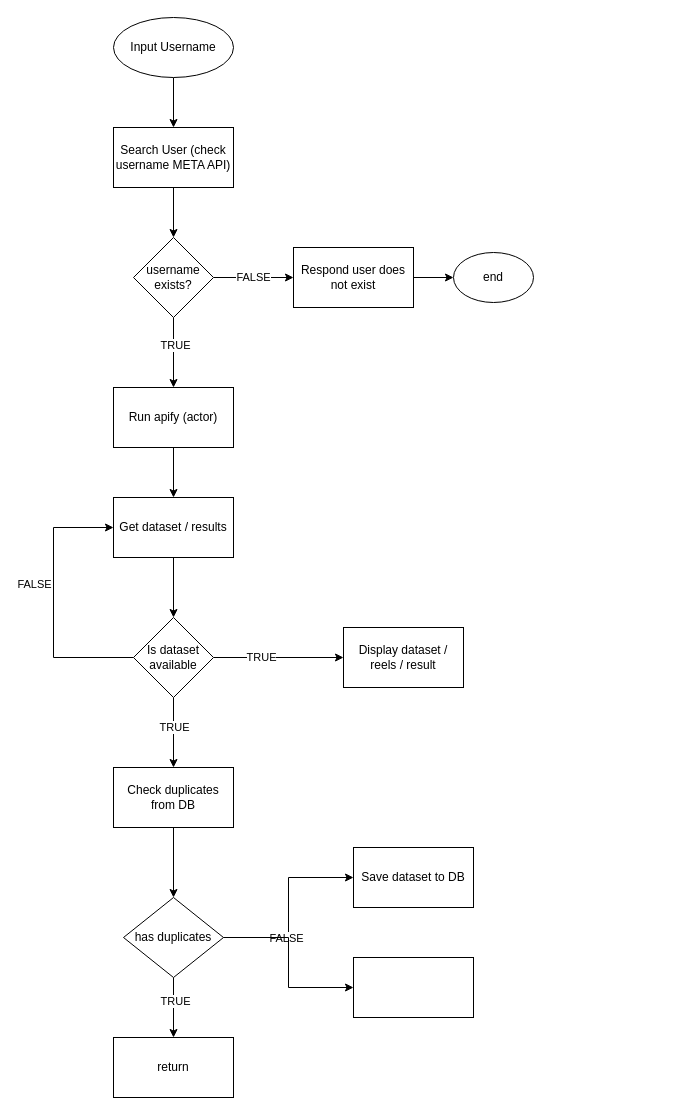
This is viralFinder.drawio from jayditch121998/TrendTracer, a draw.io file, before an edit. Source tidied: cells renumbered, new cells numbered last; positions are measured from the earlier drawing's top-left corner, leaving out a move shared by most shapes. Both pictures are drawn from the tidied source at 100%, with x=0, y=0 at pixel (53, 17).
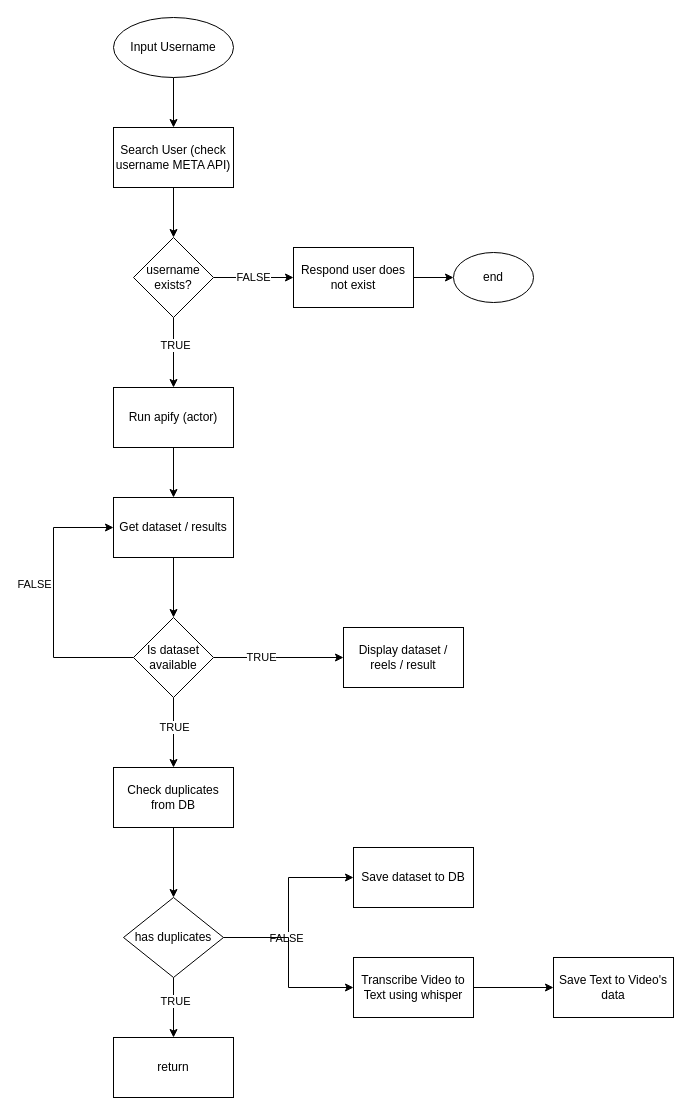
After the change.

What changed in the source:
```diff
@@
+    <mxCell id="36" style="edgeStyle=orthogonalEdgeStyle;rounded=0;jettySize=auto;html=1;" parent="1" edge="1" source="35" target="37">
+      <mxGeometry relative="1" as="geometry" />
+    </mxCell>
-    <mxCell id="35" style="whiteSpace=wrap;html=1;" parent="1" vertex="1">
+    <mxCell id="35" value="Transcribe Video to Text using whisper" style="whiteSpace=wrap;html=1;" parent="1" vertex="1">
       <mxGeometry x="300" y="940" width="120" height="60" as="geometry" />
     </mxCell>
+    <mxCell id="37" value="Save Text to Video's data" style="whiteSpace=wrap;html=1;" parent="1" vertex="1">
+      <mxGeometry x="500" y="940" width="120" height="60" as="geometry" />
+    </mxCell>
```
